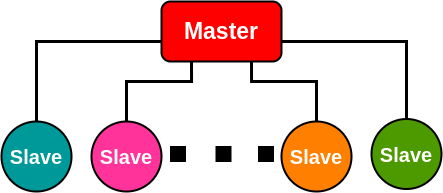
Earlier version of the draw.io export mestreslaves (1).png (rmmenezes/rmmenezes.github.io). Source tidied: cells renumbered, new cells last; positions are measured from the earlier drawing's top-left corner, leaving out a move shared by most shapes. Source of this version:
```xml
<mxGraphModel>
  <root>
    <mxCell id="0" />
    <mxCell id="1" parent="0" />
    <mxCell id="2" value="&lt;span style=&quot;color: rgb(255 , 255 , 255)&quot;&gt;&lt;font style=&quot;font-size: 23px&quot;&gt;Master&lt;/font&gt;&lt;br&gt;&lt;/span&gt;" style="rounded=1;whiteSpace=wrap;html=1;fillColor=#FF0000;strokeWidth=2;fontStyle=1;" parent="1" vertex="1">
      <mxGeometry x="160" width="120" height="60" as="geometry" />
    </mxCell>
    <mxCell id="3" style="edgeStyle=orthogonalEdgeStyle;rounded=0;jettySize=auto;html=1;endArrow=none;endFill=0;strokeWidth=3;" parent="1" edge="1" source="4">
      <mxGeometry relative="1" as="geometry">
        <mxPoint x="160" y="40" as="targetPoint" />
        <Array as="points">
          <mxPoint x="35" y="40" />
        </Array>
      </mxGeometry>
    </mxCell>
    <mxCell id="4" value="&lt;font style=&quot;font-size: 20px&quot; color=&quot;#ffffff&quot;&gt;Slave&lt;/font&gt;" style="ellipse;whiteSpace=wrap;html=1;fillColor=#009999;strokeWidth=2;fontStyle=1;" parent="1" vertex="1">
      <mxGeometry y="120" width="70" height="70" as="geometry" />
    </mxCell>
    <mxCell id="5" style="edgeStyle=orthogonalEdgeStyle;rounded=0;jettySize=auto;html=1;endArrow=none;endFill=0;strokeWidth=3;" parent="1" edge="1" source="6">
      <mxGeometry relative="1" as="geometry">
        <mxPoint x="280" y="40" as="targetPoint" />
        <Array as="points">
          <mxPoint x="405" y="40" />
        </Array>
      </mxGeometry>
    </mxCell>
    <mxCell id="6" value="&lt;span style=&quot;color: rgb(255 , 255 , 255) ; font-size: 20px&quot;&gt;Slave&lt;/span&gt;" style="ellipse;whiteSpace=wrap;html=1;fillColor=#4D9900;strokeWidth=2;fontStyle=1;" parent="1" vertex="1">
      <mxGeometry x="370" y="117.5" width="70" height="70" as="geometry" />
    </mxCell>
    <mxCell id="7" style="edgeStyle=orthogonalEdgeStyle;rounded=0;jettySize=auto;html=1;entryX=0.25;entryY=1;entryDx=0;entryDy=0;endArrow=none;endFill=0;strokeWidth=3;" parent="1" edge="1" source="8" target="2">
      <mxGeometry relative="1" as="geometry">
        <Array as="points">
          <mxPoint x="125" y="80" />
          <mxPoint x="190" y="80" />
        </Array>
      </mxGeometry>
    </mxCell>
    <mxCell id="8" value="&lt;span style=&quot;color: rgb(255 , 255 , 255) ; font-size: 20px&quot;&gt;Slave&lt;/span&gt;" style="ellipse;whiteSpace=wrap;html=1;fillColor=#FF3399;strokeWidth=2;fontStyle=1;" parent="1" vertex="1">
      <mxGeometry x="90" y="120" width="70" height="70" as="geometry" />
    </mxCell>
    <mxCell id="9" style="edgeStyle=orthogonalEdgeStyle;rounded=0;jettySize=auto;html=1;entryX=0.75;entryY=1;entryDx=0;entryDy=0;endArrow=none;endFill=0;strokeWidth=3;" parent="1" edge="1" source="10" target="2">
      <mxGeometry relative="1" as="geometry">
        <Array as="points">
          <mxPoint x="315" y="80" />
          <mxPoint x="250" y="80" />
        </Array>
      </mxGeometry>
    </mxCell>
    <mxCell id="10" value="&lt;span style=&quot;color: rgb(255 , 255 , 255) ; font-size: 20px&quot;&gt;Slave&lt;/span&gt;" style="ellipse;whiteSpace=wrap;html=1;fillColor=#FF8000;strokeWidth=2;fontStyle=1;" parent="1" vertex="1">
      <mxGeometry x="280" y="120" width="70" height="70" as="geometry" />
    </mxCell>
    <mxCell id="11" style="rounded=0;whiteSpace=wrap;html=1;fillColor=#000000;" parent="1" vertex="1">
      <mxGeometry x="169" y="145" width="15" height="15" as="geometry" />
    </mxCell>
    <mxCell id="12" style="rounded=0;whiteSpace=wrap;html=1;fillColor=#000000;" parent="1" vertex="1">
      <mxGeometry x="214.5" y="145" width="15" height="15" as="geometry" />
    </mxCell>
    <mxCell id="13" style="rounded=0;whiteSpace=wrap;html=1;fillColor=#000000;" parent="1" vertex="1">
      <mxGeometry x="257" y="145" width="15" height="15" as="geometry" />
    </mxCell>
  </root>
</mxGraphModel>
```
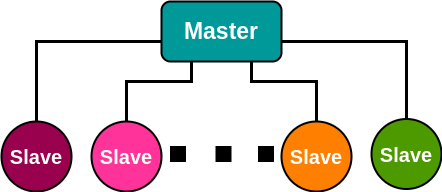
The same diagram one commit later.

What changed in the source:
```diff
@@ -2,7 +2,7 @@
   <root>
     <mxCell id="0" />
     <mxCell id="1" parent="0" />
-    <mxCell id="2" value="&lt;span style=&quot;color: rgb(255 , 255 , 255)&quot;&gt;&lt;font style=&quot;font-size: 23px&quot;&gt;Master&lt;/font&gt;&lt;br&gt;&lt;/span&gt;" style="rounded=1;whiteSpace=wrap;html=1;fillColor=#FF0000;strokeWidth=2;fontStyle=1;" parent="1" vertex="1">
+    <mxCell id="2" value="&lt;span style=&quot;color: rgb(255 , 255 , 255)&quot;&gt;&lt;font style=&quot;font-size: 23px&quot;&gt;Master&lt;/font&gt;&lt;br&gt;&lt;/span&gt;" style="rounded=1;whiteSpace=wrap;html=1;strokeWidth=2;fontStyle=1;fillColor=#009999;" parent="1" vertex="1">
       <mxGeometry x="160" width="120" height="60" as="geometry" />
     </mxCell>
     <mxCell id="3" style="edgeStyle=orthogonalEdgeStyle;rounded=0;jettySize=auto;html=1;endArrow=none;endFill=0;strokeWidth=3;" parent="1" edge="1" source="4">
@@ -13,7 +13,7 @@
         </Array>
       </mxGeometry>
     </mxCell>
-    <mxCell id="4" value="&lt;font style=&quot;font-size: 20px&quot; color=&quot;#ffffff&quot;&gt;Slave&lt;/font&gt;" style="ellipse;whiteSpace=wrap;html=1;fillColor=#009999;strokeWidth=2;fontStyle=1;" parent="1" vertex="1">
+    <mxCell id="4" value="&lt;font style=&quot;font-size: 20px&quot; color=&quot;#ffffff&quot;&gt;Slave&lt;/font&gt;" style="ellipse;whiteSpace=wrap;html=1;strokeWidth=2;fontStyle=1;fillColor=#99004D;" parent="1" vertex="1">
       <mxGeometry y="120" width="70" height="70" as="geometry" />
     </mxCell>
     <mxCell id="5" style="edgeStyle=orthogonalEdgeStyle;rounded=0;jettySize=auto;html=1;endArrow=none;endFill=0;strokeWidth=3;" parent="1" edge="1" source="6">
```
